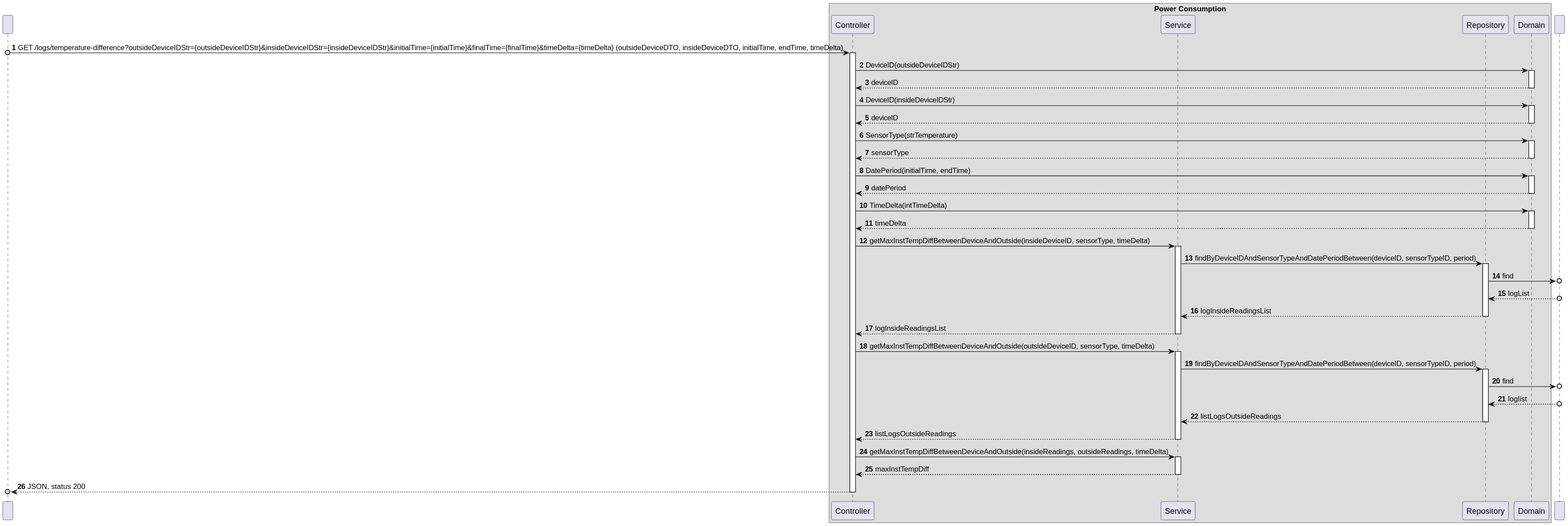
moutajDev/smarthome keeps this PlantUML diagram as docs/C4_4plus1_models/Level4/ProcessView/ProcessViewLevel4_UC13_v1.svg. Above is the earlier version.
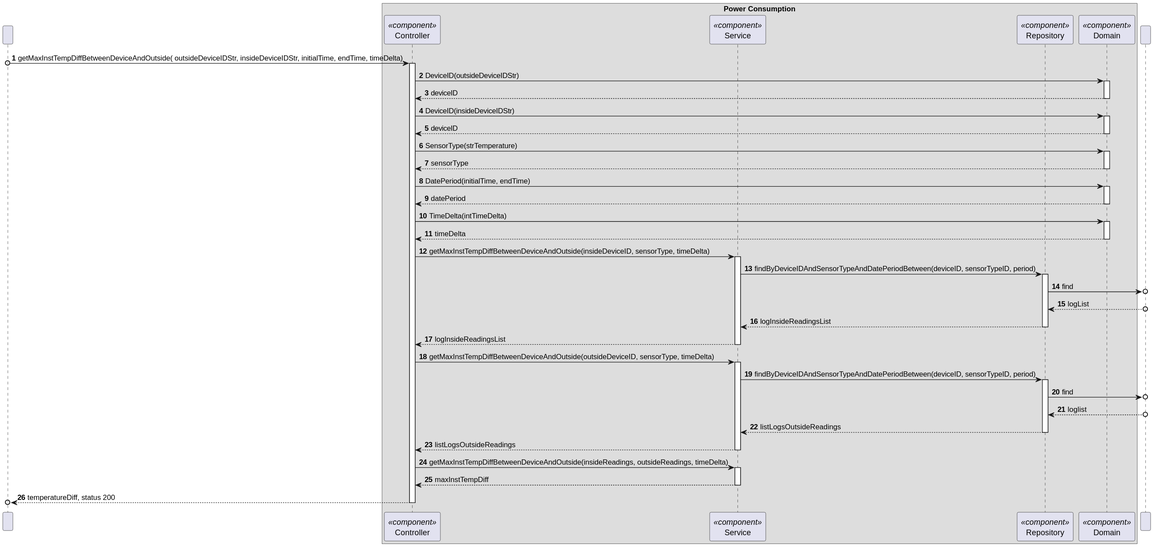
The same diagram one commit later.

Diff of the diagram source:
```diff
@@ -2,19 +2,17 @@
 
 participant " " as User
 box "Power Consumption"
-participant Controller as "Controller"
-participant Service as "Service"
-participant Repository as "Repository"
-participant Domain as "Domain"
+participant Controller as "Controller"<<component>>
+participant Service as "Service"<<component>>
+participant Repository as "Repository"<<component>>
+participant Domain as "Domain"<<component>>
 end box
 
 participant DataBase as " "
 
-
 autonumber
 
-
-User o-> Controller: GET /logs/temperature-difference?outsideDeviceIDStr={outsideDeviceIDStr}&insideDeviceIDStr={insideDeviceIDStr}&initialTime={initialTime}&finalTime={finalTime}&timeDelta={timeDelta} (outsideDeviceDTO, insideDeviceDTO, initialTime, endTime, timeDelta)
+User o-> Controller: getMaxInstTempDiffBetweenDeviceAndOutside( outsideDeviceIDStr, insideDeviceIDStr, initialTime, endTime, timeDelta)
 
 activate Controller
 
@@ -91,6 +89,6 @@
 Service --> Controller: maxInstTempDiff
 deactivate Service
 
-Controller -->o User: JSON, status 200
+Controller -->o User: temperatureDiff, status 200
 deactivate Controller
 @enduml
```
